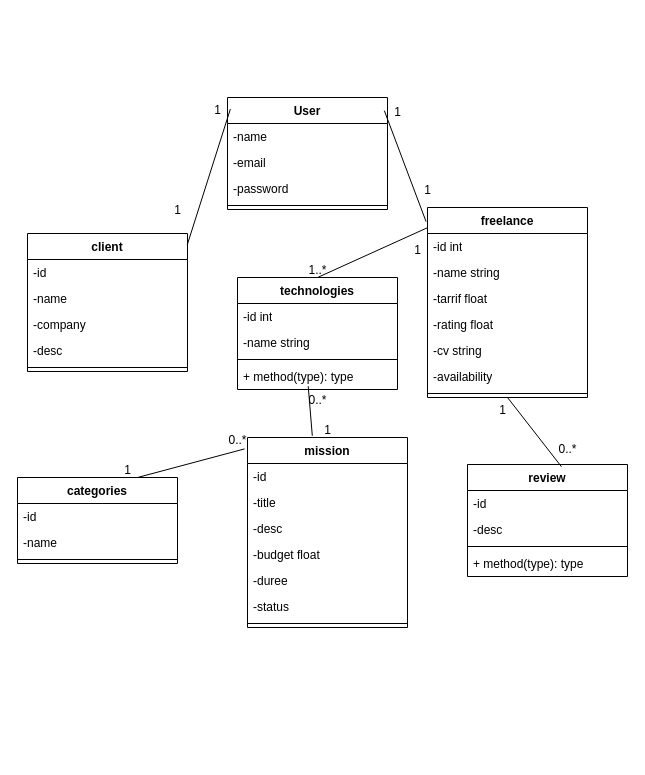
Earlier version of the draw.io diagram app/diagrammes/dgm_classes.drawio (Ammar-Kasimi/backEnd_freelance). Source tidied: cells renumbered, new cells numbered last; positions are measured from the earlier drawing's top-left corner, leaving out a move shared by most shapes. Both pictures are drawn from the tidied source at 100%, with x=0, y=0 at pixel (17, 95).
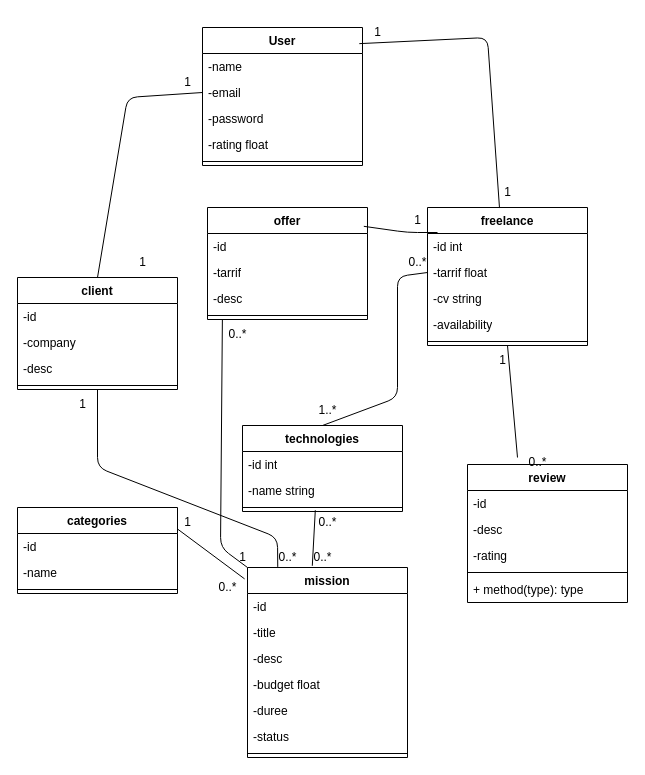
After the change.

Unchanged cells that the change refers to:
```xml
<mxCell id="4" value="-email" style="text;strokeColor=none;fillColor=none;align=left;verticalAlign=top;spacingLeft=4;spacingRight=4;overflow=hidden;points=[[0,0.5],[1,0.5]];portConstraint=eastwest;whiteSpace=wrap;html=1;" parent="2" vertex="1">
  <mxGeometry y="52" width="160" height="26" as="geometry" />
</mxCell>
```

The edit, as a diff of the source:
```diff
@@
     <mxCell id="2" value="User" style="swimlane;fontStyle=1;align=center;verticalAlign=top;horizontal=1;startSize=26;whiteSpace=wrap;html=1;" parent="1" vertex="1">
-      <mxGeometry x="210" y="2" width="160" height="112" as="geometry" />
+      <mxGeometry x="185" y="-68" width="160" height="138" as="geometry" />
     </mxCell>
@@
+    <mxCell id="11" value="-rating float" style="text;strokeColor=none;fillColor=none;align=left;verticalAlign=top;spacingLeft=4;spacingRight=4;overflow=hidden;whiteSpace=wrap;html=1;" parent="2" vertex="1">
+      <mxGeometry y="104" width="160" height="26" as="geometry" />
+    </mxCell>
     <mxCell id="6" style="line;strokeWidth=1;fillColor=none;align=left;verticalAlign=middle;spacingTop=-1;spacingLeft=3;spacingRight=3;labelPosition=right;strokeColor=inherit;" parent="2" vertex="1">
-      <mxGeometry y="104" width="160" height="8" as="geometry" />
+      <mxGeometry y="130" width="160" height="8" as="geometry" />
     </mxCell>
     <mxCell id="7" value="freelance" style="swimlane;fontStyle=1;align=center;verticalAlign=top;horizontal=1;startSize=26;whiteSpace=wrap;html=1;" parent="1" vertex="1">
-      <mxGeometry x="410" y="112" width="160" height="190" as="geometry" />
+      <mxGeometry x="410" y="112" width="160" height="138" as="geometry" />
     </mxCell>
@@
-    <mxCell id="9" value="-name string" style="text;strokeColor=none;fillColor=none;align=left;verticalAlign=top;spacingLeft=4;spacingRight=4;overflow=hidden;whiteSpace=wrap;html=1;" parent="7" vertex="1">
-      <mxGeometry y="52" width="160" height="26" as="geometry" />
-    </mxCell>
     <mxCell id="10" value="-tarrif float" style="text;strokeColor=none;fillColor=none;align=left;verticalAlign=top;spacingLeft=4;spacingRight=4;overflow=hidden;points=[[0,0.5],[1,0.5]];portConstraint=eastwest;whiteSpace=wrap;html=1;" parent="7" vertex="1">
-      <mxGeometry y="78" width="160" height="26" as="geometry" />
+      <mxGeometry y="52" width="160" height="26" as="geometry" />
     </mxCell>
-    <mxCell id="11" value="-rating float" style="text;strokeColor=none;fillColor=none;align=left;verticalAlign=top;spacingLeft=4;spacingRight=4;overflow=hidden;whiteSpace=wrap;html=1;" parent="7" vertex="1">
-      <mxGeometry y="104" width="160" height="26" as="geometry" />
-    </mxCell>
     <mxCell id="12" value="-cv string" style="text;strokeColor=none;fillColor=none;align=left;verticalAlign=top;spacingLeft=4;spacingRight=4;overflow=hidden;whiteSpace=wrap;html=1;" parent="7" vertex="1">
-      <mxGeometry y="130" width="160" height="26" as="geometry" />
+      <mxGeometry y="78" width="160" height="26" as="geometry" />
     </mxCell>
     <mxCell id="13" value="-availability" style="text;strokeColor=none;fillColor=none;align=left;verticalAlign=top;spacingLeft=4;spacingRight=4;overflow=hidden;whiteSpace=wrap;html=1;" parent="7" vertex="1">
-      <mxGeometry y="156" width="160" height="26" as="geometry" />
+      <mxGeometry y="104" width="160" height="26" as="geometry" />
     </mxCell>
     <mxCell id="14" style="line;strokeWidth=1;fillColor=none;align=left;verticalAlign=middle;spacingTop=-1;spacingLeft=3;spacingRight=3;labelPosition=right;strokeColor=inherit;" parent="7" vertex="1">
-      <mxGeometry y="182" width="160" height="8" as="geometry" />
+      <mxGeometry y="130" width="160" height="8" as="geometry" />
     </mxCell>
     <mxCell id="15" value="mission" style="swimlane;fontStyle=1;align=center;verticalAlign=top;horizontal=1;startSize=26;whiteSpace=wrap;html=1;" parent="1" vertex="1">
-      <mxGeometry x="230" y="342" width="160" height="190" as="geometry" />
+      <mxGeometry x="230" y="472" width="160" height="190" as="geometry" />
     </mxCell>
@@
     <mxCell id="23" value="client" style="swimlane;fontStyle=1;align=center;verticalAlign=top;horizontal=1;startSize=26;whiteSpace=wrap;html=1;" parent="1" vertex="1">
-      <mxGeometry x="10" y="138" width="160" height="138" as="geometry" />
+      <mxGeometry y="182" width="160" height="112" as="geometry" />
     </mxCell>
@@
-    <mxCell id="25" value="-name" style="text;strokeColor=none;fillColor=none;align=left;verticalAlign=top;spacingLeft=4;spacingRight=4;overflow=hidden;whiteSpace=wrap;html=1;" parent="23" vertex="1">
-      <mxGeometry y="52" width="160" height="26" as="geometry" />
-    </mxCell>
     <mxCell id="26" value="-company" style="text;strokeColor=none;fillColor=none;align=left;verticalAlign=top;spacingLeft=4;spacingRight=4;overflow=hidden;whiteSpace=wrap;html=1;" parent="23" vertex="1">
-      <mxGeometry y="78" width="160" height="26" as="geometry" />
+      <mxGeometry y="52" width="160" height="26" as="geometry" />
     </mxCell>
     <mxCell id="27" value="-desc" style="text;strokeColor=none;fillColor=none;align=left;verticalAlign=top;spacingLeft=4;spacingRight=4;overflow=hidden;whiteSpace=wrap;html=1;" parent="23" vertex="1">
-      <mxGeometry y="104" width="160" height="26" as="geometry" />
+      <mxGeometry y="78" width="160" height="26" as="geometry" />
     </mxCell>
     <mxCell id="28" style="line;strokeWidth=1;fillColor=none;align=left;verticalAlign=middle;spacingTop=-1;spacingLeft=3;spacingRight=3;labelPosition=right;strokeColor=inherit;" parent="23" vertex="1">
-      <mxGeometry y="130" width="160" height="8" as="geometry" />
+      <mxGeometry y="104" width="160" height="8" as="geometry" />
     </mxCell>
-    <mxCell id="29" value="technologies" style="swimlane;fontStyle=1;align=center;verticalAlign=top;horizontal=1;startSize=26;whiteSpace=wrap;html=1;" parent="1" vertex="1">
-      <mxGeometry x="220" y="182" width="160" height="112" as="geometry" />
-    </mxCell>
-    <mxCell id="30" value="-id int" style="text;strokeColor=none;fillColor=none;align=left;verticalAlign=top;spacingLeft=4;spacingRight=4;overflow=hidden;whiteSpace=wrap;html=1;" parent="29" vertex="1">
-      <mxGeometry y="26" width="160" height="26" as="geometry" />
-    </mxCell>
-    <mxCell id="31" value="-name string" style="text;strokeColor=none;fillColor=none;align=left;verticalAlign=top;spacingLeft=4;spacingRight=4;overflow=hidden;whiteSpace=wrap;html=1;" parent="29" vertex="1">
-      <mxGeometry y="52" width="160" height="26" as="geometry" />
-    </mxCell>
-    <mxCell id="32" style="line;strokeWidth=1;fillColor=none;align=left;verticalAlign=middle;spacingTop=-1;spacingLeft=3;spacingRight=3;labelPosition=right;points=[];portConstraint=eastwest;strokeColor=inherit;" parent="29" vertex="1">
-      <mxGeometry y="78" width="160" height="8" as="geometry" />
-    </mxCell>
-    <mxCell id="33" value="+ method(type): type" style="text;strokeColor=none;fillColor=none;align=left;verticalAlign=top;spacingLeft=4;spacingRight=4;overflow=hidden;points=[[0,0.5],[1,0.5]];portConstraint=eastwest;whiteSpace=wrap;html=1;" parent="29" vertex="1">
-      <mxGeometry y="86" width="160" height="26" as="geometry" />
-    </mxCell>
     <mxCell id="34" value="review" style="swimlane;fontStyle=1;align=center;verticalAlign=top;horizontal=1;startSize=26;whiteSpace=wrap;html=1;" parent="1" vertex="1">
-      <mxGeometry x="450" y="369" width="160" height="112" as="geometry" />
+      <mxGeometry x="450" y="369" width="160" height="138" as="geometry" />
     </mxCell>
@@
+    <mxCell id="61" value="-desc" style="text;strokeColor=none;fillColor=none;align=left;verticalAlign=top;spacingLeft=4;spacingRight=4;overflow=hidden;whiteSpace=wrap;html=1;" parent="34" vertex="1">
+      <mxGeometry y="52" width="160" height="26" as="geometry" />
+    </mxCell>
-    <mxCell id="36" value="-desc" style="text;strokeColor=none;fillColor=none;align=left;verticalAlign=top;spacingLeft=4;spacingRight=4;overflow=hidden;whiteSpace=wrap;html=1;" parent="34" vertex="1">
-      <mxGeometry y="52" width="160" height="26" as="geometry" />
+    <mxCell id="36" value="-rating" style="text;strokeColor=none;fillColor=none;align=left;verticalAlign=top;spacingLeft=4;spacingRight=4;overflow=hidden;whiteSpace=wrap;html=1;" parent="34" vertex="1">
+      <mxGeometry y="78" width="160" height="26" as="geometry" />
     </mxCell>
     <mxCell id="37" style="line;strokeWidth=1;fillColor=none;align=left;verticalAlign=middle;spacingTop=-1;spacingLeft=3;spacingRight=3;labelPosition=right;strokeColor=inherit;" parent="34" vertex="1">
-      <mxGeometry y="78" width="160" height="8" as="geometry" />
+      <mxGeometry y="104" width="160" height="8" as="geometry" />
     </mxCell>
     <mxCell id="38" value="+ method(type): type" style="text;strokeColor=none;fillColor=none;align=left;verticalAlign=top;spacingLeft=4;spacingRight=4;overflow=hidden;whiteSpace=wrap;html=1;" parent="34" vertex="1">
-      <mxGeometry y="86" width="160" height="26" as="geometry" />
+      <mxGeometry y="112" width="160" height="26" as="geometry" />
     </mxCell>
     <mxCell id="39" value="categories" style="swimlane;fontStyle=1;align=center;verticalAlign=top;horizontal=1;startSize=26;whiteSpace=wrap;html=1;" parent="1" vertex="1">
-      <mxGeometry y="382" width="160" height="86" as="geometry" />
+      <mxGeometry y="412" width="160" height="86" as="geometry" />
     </mxCell>
@@
-    <mxCell id="43" style="endArrow=none;html=1;exitX=0.587;exitY=0.019;exitDx=0;exitDy=0;exitPerimeter=0;entryX=0.5;entryY=1;entryDx=0;entryDy=0;" parent="1" edge="1" source="34" target="7">
-      <mxGeometry relative="1" as="geometry" />
+    <mxCell id="43" style="endArrow=none;html=1;entryX=0.5;entryY=1;entryDx=0;entryDy=0;" parent="1" edge="1" target="7">
+      <mxGeometry relative="1" as="geometry">
+        <mxPoint x="500" y="362" as="sourcePoint" />
+      </mxGeometry>
     </mxCell>
-    <mxCell id="44" style="endArrow=none;html=1;exitX=-0.009;exitY=0.074;exitDx=0;exitDy=0;exitPerimeter=0;entryX=0.98;entryY=0.117;entryDx=0;entryDy=0;entryPerimeter=0;" parent="1" edge="1" source="7" target="2">
-      <mxGeometry relative="1" as="geometry" />
+    <mxCell id="44" style="endArrow=none;html=1;exitX=0.45;exitY=0.004;exitDx=0;exitDy=0;exitPerimeter=0;entryX=0.98;entryY=0.117;entryDx=0;entryDy=0;entryPerimeter=0;" parent="1" edge="1" source="7" target="2">
+      <mxGeometry relative="1" as="geometry">
+        <Array as="points">
+          <mxPoint x="470" y="-58" />
+        </Array>
+      </mxGeometry>
     </mxCell>
-    <mxCell id="45" style="endArrow=none;html=1;exitX=0.018;exitY=0.103;exitDx=0;exitDy=0;entryX=0.998;entryY=0.084;entryDx=0;entryDy=0;entryPerimeter=0;exitPerimeter=0;" parent="1" edge="1" source="2" target="23">
-      <mxGeometry relative="1" as="geometry" />
+    <mxCell id="45" style="endArrow=none;html=1;exitX=0;exitY=0.5;exitDx=0;exitDy=0;entryX=0.5;entryY=0;entryDx=0;entryDy=0;" parent="1" edge="1" source="4" target="23">
+      <mxGeometry relative="1" as="geometry">
+        <Array as="points">
+          <mxPoint x="110" y="2" />
+        </Array>
+      </mxGeometry>
     </mxCell>
-    <mxCell id="46" style="endArrow=none;html=1;exitX=-0.018;exitY=0.06;exitDx=0;exitDy=0;entryX=0.75;entryY=0;entryDx=0;entryDy=0;exitPerimeter=0;" parent="1" edge="1" source="15" target="39">
+    <mxCell id="46" style="endArrow=none;html=1;exitX=-0.018;exitY=0.06;exitDx=0;exitDy=0;entryX=1;entryY=0.25;entryDx=0;entryDy=0;exitPerimeter=0;" parent="1" edge="1" source="15" target="39">
       <mxGeometry relative="1" as="geometry" />
     </mxCell>
-    <mxCell id="47" style="endArrow=none;html=1;exitX=0.405;exitY=-0.009;exitDx=0;exitDy=0;entryX=0.442;entryY=0.876;entryDx=0;entryDy=0;exitPerimeter=0;entryPerimeter=0;" parent="1" edge="1" source="15" target="33">
+    <mxCell id="47" style="endArrow=none;html=1;exitX=0.405;exitY=-0.009;exitDx=0;exitDy=0;exitPerimeter=0;entryX=0.455;entryY=0.844;entryDx=0;entryDy=0;entryPerimeter=0;" parent="1" edge="1" source="15" target="32">
       <mxGeometry relative="1" as="geometry" />
     </mxCell>
     <mxCell id="48" value="1" style="text;html=1;align=center;verticalAlign=middle;strokeColor=none;fillColor=none;" parent="1" vertex="1">
-      <mxGeometry x="145" y="100" width="30" height="30" as="geometry" />
+      <mxGeometry x="110" y="152" width="30" height="30" as="geometry" />
     </mxCell>
     <mxCell id="49" value="1" style="text;html=1;align=center;verticalAlign=middle;strokeColor=none;fillColor=none;" parent="1" vertex="1">
-      <mxGeometry x="185" width="30" height="30" as="geometry" />
+      <mxGeometry x="155" y="-28" width="30" height="30" as="geometry" />
     </mxCell>
     <mxCell id="50" value="1" style="text;html=1;align=center;verticalAlign=middle;strokeColor=none;fillColor=none;" parent="1" vertex="1">
-      <mxGeometry x="395" y="80" width="30" height="30" as="geometry" />
+      <mxGeometry x="475" y="82" width="30" height="30" as="geometry" />
     </mxCell>
     <mxCell id="51" value="1" style="text;html=1;align=center;verticalAlign=middle;strokeColor=none;fillColor=none;" parent="1" vertex="1">
-      <mxGeometry x="365" y="2" width="30" height="30" as="geometry" />
+      <mxGeometry x="345" y="-78" width="30" height="30" as="geometry" />
     </mxCell>
-    <mxCell id="52" style="endArrow=none;html=1;exitX=0.5;exitY=0;exitDx=0;exitDy=0;entryX=-0.002;entryY=0.107;entryDx=0;entryDy=0;entryPerimeter=0;" parent="1" edge="1" source="29" target="7">
-      <mxGeometry relative="1" as="geometry" />
+    <mxCell id="52" style="endArrow=none;html=1;exitX=0.5;exitY=0;exitDx=0;exitDy=0;entryX=0;entryY=0.5;entryDx=0;entryDy=0;" parent="1" edge="1" source="29" target="10">
+      <mxGeometry relative="1" as="geometry">
+        <Array as="points">
+          <mxPoint x="380" y="302" />
+          <mxPoint x="380" y="181" />
+        </Array>
+      </mxGeometry>
     </mxCell>
-    <mxCell id="53" value="1" style="text;html=1;align=center;verticalAlign=middle;strokeColor=none;fillColor=none;" parent="1" vertex="1">
-      <mxGeometry x="385" y="140" width="30" height="30" as="geometry" />
+    <mxCell id="53" value="0..*" style="text;html=1;align=center;verticalAlign=middle;strokeColor=none;fillColor=none;" parent="1" vertex="1">
+      <mxGeometry x="380" y="152" width="40" height="30" as="geometry" />
     </mxCell>
     <mxCell id="54" value="1..*" style="text;html=1;align=center;verticalAlign=middle;strokeColor=none;fillColor=none;" parent="1" vertex="1">
-      <mxGeometry x="280" y="160" width="40" height="30" as="geometry" />
+      <mxGeometry x="290" y="300" width="40" height="30" as="geometry" />
     </mxCell>
-    <mxCell id="55" value="1" style="text;html=1;align=center;verticalAlign=middle;strokeColor=none;fillColor=none;" parent="1" vertex="1">
-      <mxGeometry x="295" y="320" width="30" height="30" as="geometry" />
+    <mxCell id="55" value="0..*" style="text;html=1;align=center;verticalAlign=middle;strokeColor=none;fillColor=none;" parent="1" vertex="1">
+      <mxGeometry x="285" y="447" width="40" height="30" as="geometry" />
     </mxCell>
     <mxCell id="56" value="0..*" style="text;html=1;align=center;verticalAlign=middle;strokeColor=none;fillColor=none;" parent="1" vertex="1">
-      <mxGeometry x="280" y="290" width="40" height="30" as="geometry" />
+      <mxGeometry x="290" y="412" width="40" height="30" as="geometry" />
     </mxCell>
     <mxCell id="57" value="1" style="text;html=1;align=center;verticalAlign=middle;strokeColor=none;fillColor=none;" parent="1" vertex="1">
-      <mxGeometry x="95" y="360" width="30" height="30" as="geometry" />
+      <mxGeometry x="155" y="412" width="30" height="30" as="geometry" />
     </mxCell>
     <mxCell id="58" value="0..*" style="text;html=1;align=center;verticalAlign=middle;strokeColor=none;fillColor=none;" parent="1" vertex="1">
-      <mxGeometry x="200" y="330" width="40" height="30" as="geometry" />
+      <mxGeometry x="190" y="477" width="40" height="30" as="geometry" />
     </mxCell>
     <mxCell id="59" value="0..*" style="text;html=1;align=center;verticalAlign=middle;strokeColor=none;fillColor=none;" parent="1" vertex="1">
-      <mxGeometry x="530" y="339" width="40" height="30" as="geometry" />
+      <mxGeometry x="500" y="352" width="40" height="30" as="geometry" />
     </mxCell>
     <mxCell id="60" value="1" style="text;html=1;align=center;verticalAlign=middle;strokeColor=none;fillColor=none;" parent="1" vertex="1">
-      <mxGeometry x="470" y="300" width="30" height="30" as="geometry" />
+      <mxGeometry x="470" y="250" width="30" height="30" as="geometry" />
     </mxCell>
+    <mxCell id="29" value="technologies" style="swimlane;fontStyle=1;align=center;verticalAlign=top;horizontal=1;startSize=26;whiteSpace=wrap;html=1;" parent="1" vertex="1">
+      <mxGeometry x="225" y="330" width="160" height="86" as="geometry" />
+    </mxCell>
+    <mxCell id="30" value="-id int" style="text;strokeColor=none;fillColor=none;align=left;verticalAlign=top;spacingLeft=4;spacingRight=4;overflow=hidden;whiteSpace=wrap;html=1;" parent="29" vertex="1">
+      <mxGeometry y="26" width="160" height="26" as="geometry" />
+    </mxCell>
+    <mxCell id="31" value="-name string" style="text;strokeColor=none;fillColor=none;align=left;verticalAlign=top;spacingLeft=4;spacingRight=4;overflow=hidden;whiteSpace=wrap;html=1;" parent="29" vertex="1">
+      <mxGeometry y="52" width="160" height="26" as="geometry" />
+    </mxCell>
+    <mxCell id="32" style="line;strokeWidth=1;fillColor=none;align=left;verticalAlign=middle;spacingTop=-1;spacingLeft=3;spacingRight=3;labelPosition=right;points=[];portConstraint=eastwest;strokeColor=inherit;" parent="29" vertex="1">
+      <mxGeometry y="78" width="160" height="8" as="geometry" />
+    </mxCell>
+    <mxCell id="62" value="offer" style="swimlane;fontStyle=1;align=center;verticalAlign=top;horizontal=1;startSize=26;whiteSpace=wrap;html=1;" parent="1" vertex="1">
+      <mxGeometry x="190" y="112" width="160" height="112" as="geometry" />
+    </mxCell>
+    <mxCell id="63" value="-id" style="text;strokeColor=none;fillColor=none;align=left;verticalAlign=top;spacingLeft=4;spacingRight=4;overflow=hidden;whiteSpace=wrap;html=1;" parent="62" vertex="1">
+      <mxGeometry y="26" width="160" height="26" as="geometry" />
+    </mxCell>
+    <mxCell id="64" value="-tarrif" style="text;strokeColor=none;fillColor=none;align=left;verticalAlign=top;spacingLeft=4;spacingRight=4;overflow=hidden;whiteSpace=wrap;html=1;" parent="62" vertex="1">
+      <mxGeometry y="52" width="160" height="26" as="geometry" />
+    </mxCell>
+    <mxCell id="65" value="-desc" style="text;strokeColor=none;fillColor=none;align=left;verticalAlign=top;spacingLeft=4;spacingRight=4;overflow=hidden;whiteSpace=wrap;html=1;" parent="62" vertex="1">
+      <mxGeometry y="78" width="160" height="26" as="geometry" />
+    </mxCell>
+    <mxCell id="66" style="line;strokeWidth=1;fillColor=none;align=left;verticalAlign=middle;spacingTop=-1;spacingLeft=3;spacingRight=3;labelPosition=right;points=[];portConstraint=eastwest;strokeColor=inherit;" parent="62" vertex="1">
+      <mxGeometry y="104" width="160" height="8" as="geometry" />
+    </mxCell>
+    <mxCell id="67" style="endArrow=none;html=1;entryX=-0.002;entryY=0.107;entryDx=0;entryDy=0;entryPerimeter=0;exitX=0.977;exitY=0.168;exitDx=0;exitDy=0;exitPerimeter=0;" parent="1" edge="1" source="62">
+      <mxGeometry relative="1" as="geometry">
+        <mxPoint x="420" y="137" as="targetPoint" />
+        <Array as="points">
+          <mxPoint x="390" y="137" />
+        </Array>
+      </mxGeometry>
+    </mxCell>
+    <mxCell id="68" style="endArrow=none;html=1;exitX=0;exitY=0;exitDx=0;exitDy=0;entryX=0.093;entryY=1.026;entryDx=0;entryDy=0;entryPerimeter=0;" parent="1" edge="1" source="15" target="66">
+      <mxGeometry relative="1" as="geometry">
+        <Array as="points">
+          <mxPoint x="203" y="452" />
+        </Array>
+      </mxGeometry>
+    </mxCell>
+    <mxCell id="69" value="1" style="text;html=1;align=center;verticalAlign=middle;strokeColor=none;fillColor=none;" parent="1" vertex="1">
+      <mxGeometry x="210" y="447" width="30" height="30" as="geometry" />
+    </mxCell>
+    <mxCell id="70" value="0..*" style="text;html=1;align=center;verticalAlign=middle;strokeColor=none;fillColor=none;" parent="1" vertex="1">
+      <mxGeometry x="200" y="224" width="40" height="30" as="geometry" />
+    </mxCell>
+    <mxCell id="71" style="endArrow=none;html=1;exitX=0.189;exitY=-0.003;exitDx=0;exitDy=0;exitPerimeter=0;entryX=0.5;entryY=1;entryDx=0;entryDy=0;" parent="1" edge="1" source="15" target="23">
+      <mxGeometry relative="1" as="geometry">
+        <Array as="points">
+          <mxPoint x="260" y="442" />
+          <mxPoint x="80" y="372" />
+        </Array>
+      </mxGeometry>
+    </mxCell>
+    <mxCell id="72" value="0..*" style="text;html=1;align=center;verticalAlign=middle;strokeColor=none;fillColor=none;" parent="1" vertex="1">
+      <mxGeometry x="250" y="447" width="40" height="30" as="geometry" />
+    </mxCell>
+    <mxCell id="73" value="1" style="text;html=1;align=center;verticalAlign=middle;strokeColor=none;fillColor=none;" parent="1" vertex="1">
+      <mxGeometry x="50" y="294" width="30" height="30" as="geometry" />
+    </mxCell>
+    <mxCell id="74" value="1" style="text;html=1;align=center;verticalAlign=middle;strokeColor=none;fillColor=none;" parent="1" vertex="1">
+      <mxGeometry x="385" y="110" width="30" height="30" as="geometry" />
+    </mxCell>
```
